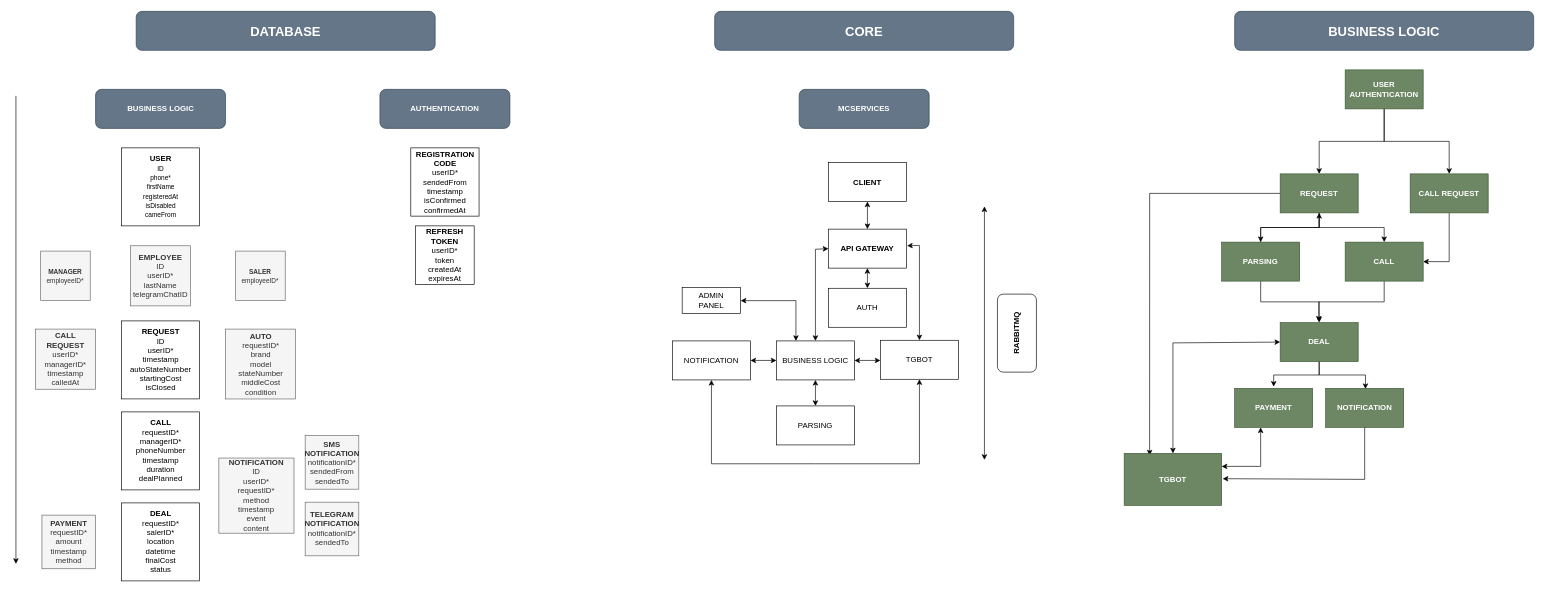
This is docs/AppDiagram.drawio from Dahaka1/GetAuto, a draw.io file, before an edit. Source tidied: cells renumbered, new cells numbered last; positions are measured from the earlier drawing's top-left corner, leaving out a move shared by most shapes. Both pictures are drawn from the tidied source at 65%, with x=0, y=0 at pixel (16, 11).
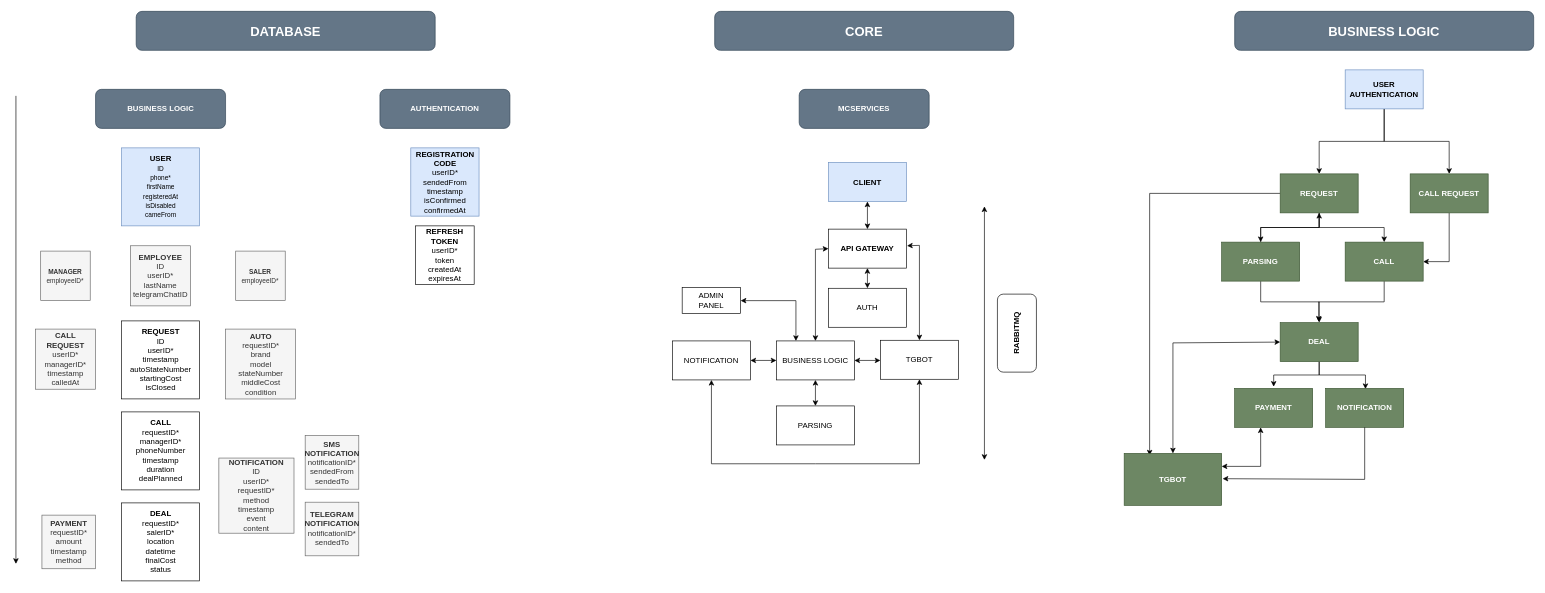
After the change.

What changed in the source:
```diff
@@
-    <mxCell id="2" value="&lt;b&gt;USER&lt;/b&gt;&lt;br&gt;&lt;font style=&quot;font-size: 10px;&quot;&gt;ID&lt;br&gt;phone*&lt;br&gt;firstName&lt;br&gt;registeredAt&lt;br&gt;isDisabled&lt;br&gt;cameFrom&lt;br&gt;&lt;/font&gt;" style="whiteSpace=wrap;html=1;" parent="1" vertex="1">
+    <mxCell id="2" value="&lt;b&gt;USER&lt;/b&gt;&lt;br&gt;&lt;font style=&quot;font-size: 10px;&quot;&gt;ID&lt;br&gt;phone*&lt;br&gt;firstName&lt;br&gt;registeredAt&lt;br&gt;isDisabled&lt;br&gt;cameFrom&lt;br&gt;&lt;/font&gt;" style="whiteSpace=wrap;html=1;fillColor=#dae8fc;strokeColor=#6c8ebf;" parent="1" vertex="1">
       <mxGeometry x="162.5" y="210" width="120" height="120" as="geometry" />
     </mxCell>
@@
-    <mxCell id="12" value="&lt;b&gt;REGISTRATION&lt;/b&gt;&lt;br&gt;&lt;b&gt;CODE&lt;/b&gt;&lt;br&gt;userID*&lt;br&gt;sendedFrom&lt;br&gt;timestamp&lt;br&gt;isConfirmed&lt;br&gt;confirmedAt" style="whiteSpace=wrap;html=1;" parent="1" vertex="1">
+    <mxCell id="12" value="&lt;b&gt;REGISTRATION&lt;/b&gt;&lt;br&gt;&lt;b&gt;CODE&lt;/b&gt;&lt;br&gt;userID*&lt;br&gt;sendedFrom&lt;br&gt;timestamp&lt;br&gt;isConfirmed&lt;br&gt;confirmedAt" style="whiteSpace=wrap;html=1;fillColor=#dae8fc;strokeColor=#6c8ebf;" parent="1" vertex="1">
       <mxGeometry x="607.5" y="210" width="105" height="105" as="geometry" />
     </mxCell>
@@
-    <mxCell id="40" value="USER AUTHENTICATION" style="rounded=0;whiteSpace=wrap;html=1;fillColor=#6d8764;fontColor=#ffffff;strokeColor=#3A5431;fontStyle=1;" parent="1" vertex="1">
+    <mxCell id="40" value="USER AUTHENTICATION" style="rounded=0;whiteSpace=wrap;html=1;fillColor=#dae8fc;strokeColor=#6c8ebf;fontStyle=1;" parent="1" vertex="1">
       <mxGeometry x="2045" y="90" width="120" height="60" as="geometry" />
     </mxCell>
@@
-    <mxCell id="63" value="CLIENT" style="rounded=0;whiteSpace=wrap;html=1;fontStyle=1;" parent="1" vertex="1">
+    <mxCell id="63" value="CLIENT" style="rounded=0;whiteSpace=wrap;html=1;fontStyle=1;fillColor=#dae8fc;strokeColor=#6c8ebf;" parent="1" vertex="1">
       <mxGeometry x="1250" y="232.5" width="120" height="60" as="geometry" />
     </mxCell>
```
